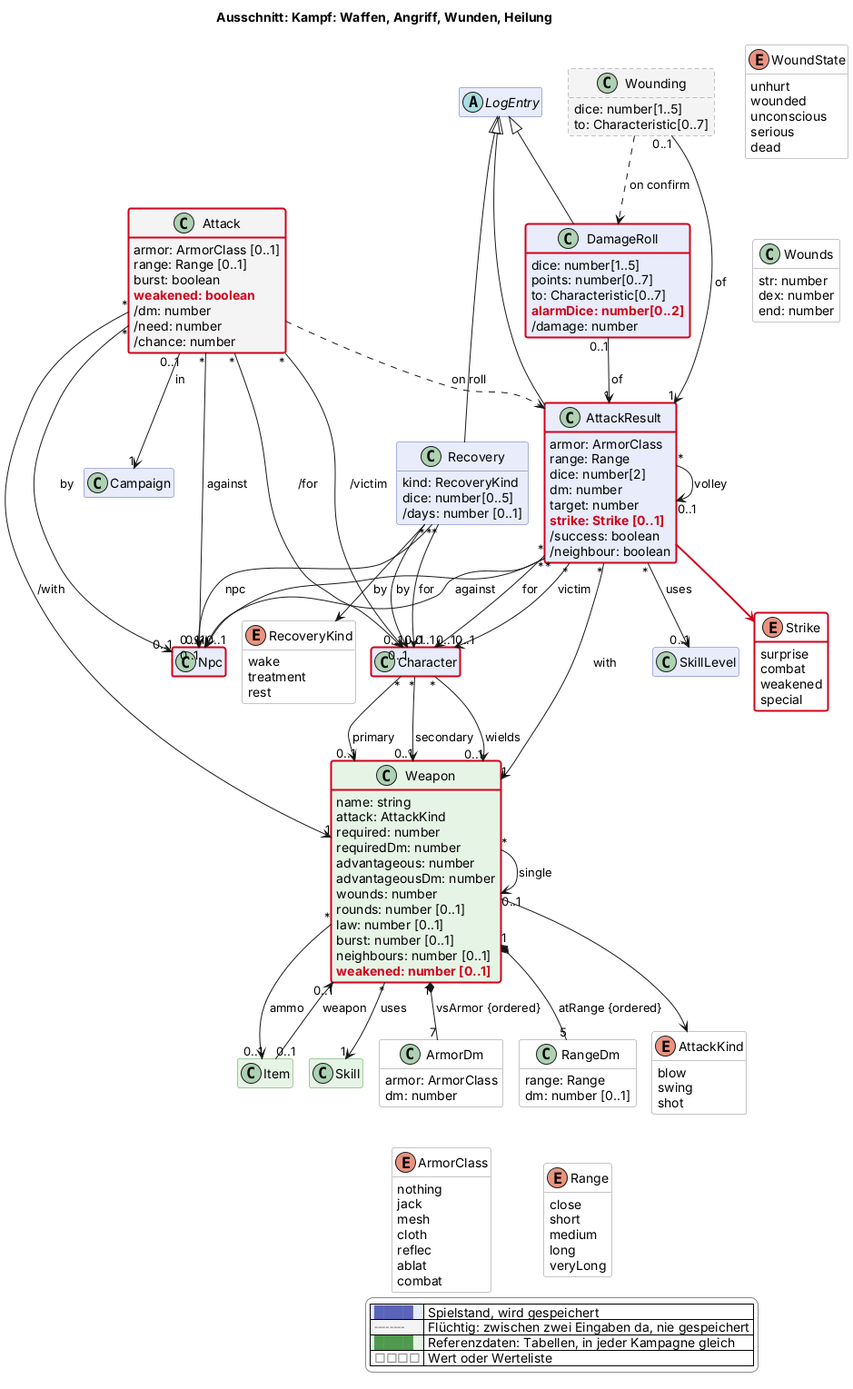
Above: docs/views/kampf.png in scuzzar/SRE (PlantUML), before the change.
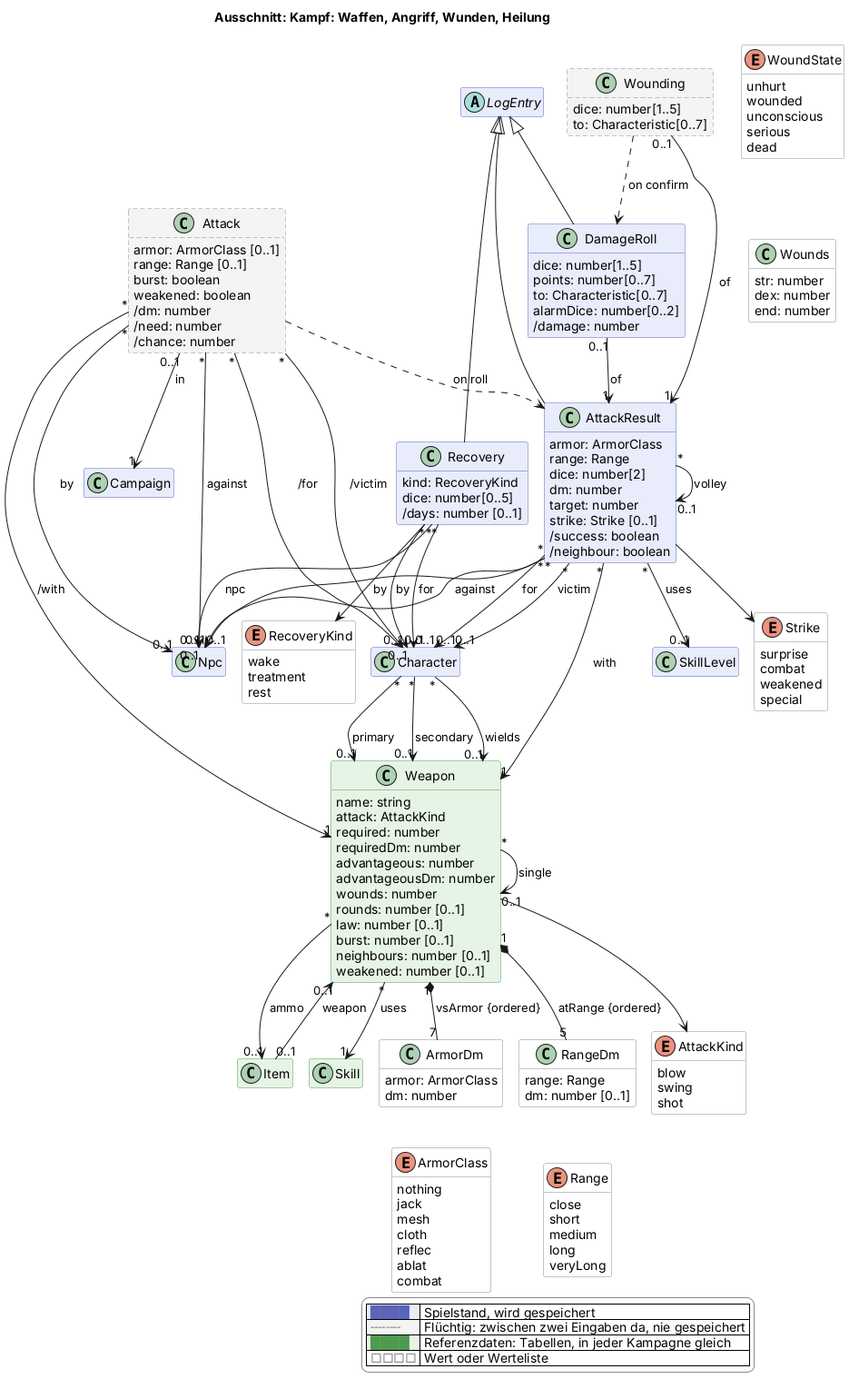
After the commit.

The edit, as a diff of the source:
```diff
@@ -72,7 +72,7 @@
     armor: ArmorClass [0..1]
     range: Range [0..1]
     burst: boolean
-    $new("2026-11-07d", "weakened: boolean")
+    weakened: boolean
     /dm: number
     /need: number
     /chance: number
@@ -83,11 +83,11 @@
     dice: number[2]
     dm: number
     target: number
-    $new("2026-11-07d", "strike: Strike [0..1]")
+    strike: Strike [0..1]
     /success: boolean
     /neighbour: boolean
   }
-  enum Strike <<value>> $kampf $newClass("2026-11-07d") {
+  enum Strike <<value>> $kampf {
     surprise
     combat
     weakened
@@ -107,7 +107,7 @@
     dice: number[1..5]
     points: number[0..7]
     to: Characteristic[0..7]
-    $new("2026-11-07d", "alarmDice: number[0..2]")
+    alarmDice: number[0..2]
     /damage: number
   }
   class Wounding <<transient>> $kampf {
@@ -142,7 +142,7 @@
     law: number [0..1]
     burst: number [0..1]
     neighbours: number [0..1]
-    $new("2026-11-07d", "weakened: number [0..1]")
+    weakened: number [0..1]
   }
   class ArmorDm <<value>> $kampf {
     armor: ArmorClass
@@ -215,7 +215,7 @@
 AttackResult "*" --> "1" Weapon : with
 AttackResult "*" --> "0..1" SkillLevel : uses
 AttackResult "*" --> "0..1" AttackResult : volley
-AttackResult -$newArrow("2026-11-07d")-> Strike
+AttackResult --> Strike
 DamageRoll "0..1" --> "1" AttackResult : of
 Wounding "0..1" --> "1" AttackResult : of
 Wounding ..> DamageRoll : on confirm
@@ -230,10 +230,4 @@
   |<#e6f4e6> <color:#4f9a4f>████</color> | Referenzdaten: Tabellen, in jeder Kampagne gleich |
   |<#ffffff> <color:#8a8a8a>□□□□</color> | Wert oder Werteliste |
 endlegend
-class Character #line:d0021b;line.bold
-class Attack #line:d0021b;line.bold
-class AttackResult #line:d0021b;line.bold
-class DamageRoll #line:d0021b;line.bold
-class Npc #line:d0021b;line.bold
-class Weapon #line:d0021b;line.bold
 @enduml
```
